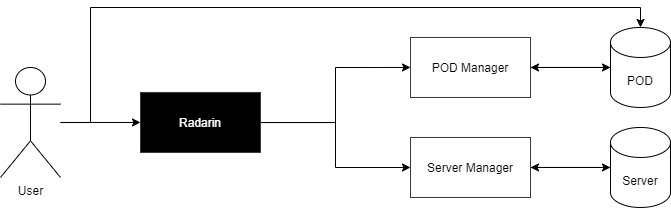
The draw.io diagram webapp/docs/images/ASW-A5L1.png in Arquisoft/radarin_es6b, before a commit. Source tidied: cells renumbered, new cells last; positions are measured from the earlier drawing's top-left corner, leaving out a move shared by most shapes.
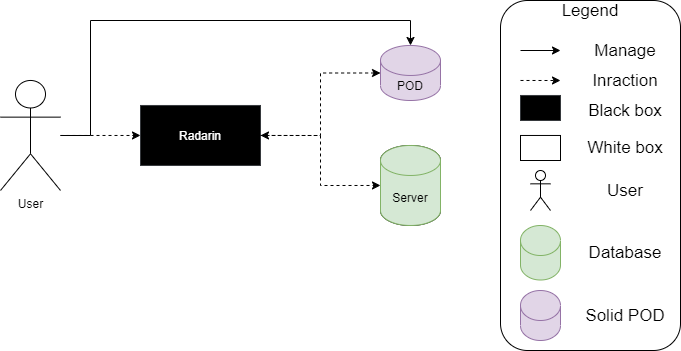
The same diagram one commit later.

Change to the diagram source:
```diff
@@ -2,7 +2,10 @@
   <root>
     <mxCell id="0" />
     <mxCell id="1" parent="0" />
+    <mxCell id="16" style="shape=cylinder3;whiteSpace=wrap;html=1;boundedLbl=1;backgroundOutline=1;size=15;fontSize=17;" parent="1" vertex="1">
+      <mxGeometry x="380" y="125" width="60" height="80" as="geometry" />
+    </mxCell>
-    <mxCell id="2" style="edgeStyle=orthogonalEdgeStyle;rounded=0;jettySize=auto;html=1;" parent="1" edge="1" source="4" target="7">
+    <mxCell id="2" style="edgeStyle=orthogonalEdgeStyle;rounded=0;jettySize=auto;html=1;dashed=1;" parent="1" edge="1" source="4" target="7">
       <mxGeometry relative="1" as="geometry" />
     </mxCell>
     <mxCell id="3" style="edgeStyle=orthogonalEdgeStyle;rounded=0;jettySize=auto;html=1;entryX=0.5;entryY=0;entryDx=0;entryDy=0;entryPerimeter=0;" parent="1" edge="1" source="4" target="9">
@@ -10,47 +13,81 @@
         <Array as="points">
           <mxPoint x="90" y="115" />
           <mxPoint x="90" />
-          <mxPoint x="640" />
+          <mxPoint x="410" />
         </Array>
       </mxGeometry>
     </mxCell>
     <mxCell id="4" value="User" style="shape=umlActor;verticalLabelPosition=bottom;verticalAlign=top;html=1;outlineConnect=0;" parent="1" vertex="1">
       <mxGeometry y="60" width="60" height="110" as="geometry" />
     </mxCell>
-    <mxCell id="5" style="edgeStyle=orthogonalEdgeStyle;rounded=0;jettySize=auto;html=1;entryX=0;entryY=0.5;entryDx=0;entryDy=0;" parent="1" edge="1" source="7" target="13">
-      <mxGeometry relative="1" as="geometry" />
-    </mxCell>
-    <mxCell id="6" style="edgeStyle=orthogonalEdgeStyle;rounded=0;jettySize=auto;html=1;" parent="1" edge="1" source="7" target="15">
-      <mxGeometry relative="1" as="geometry" />
-    </mxCell>
     <mxCell id="7" value="Radarin" style="rounded=0;whiteSpace=wrap;html=1;strokeColor=#36393d;fillColor=#000000;fontColor=#FFFFFF;" parent="1" vertex="1">
       <mxGeometry x="140" y="85" width="120" height="60" as="geometry" />
     </mxCell>
-    <mxCell id="8" style="edgeStyle=orthogonalEdgeStyle;rounded=0;jettySize=auto;html=1;entryX=1;entryY=0.5;entryDx=0;entryDy=0;" parent="1" edge="1" source="9" target="13">
+    <mxCell id="8" style="edgeStyle=orthogonalEdgeStyle;rounded=0;jettySize=auto;html=1;entryX=1;entryY=0.5;entryDx=0;entryDy=0;startArrow=classic;startFill=1;dashed=1;" parent="1" edge="1" source="9" target="7">
       <mxGeometry relative="1" as="geometry" />
     </mxCell>
-    <mxCell id="9" value="POD" style="shape=cylinder3;whiteSpace=wrap;html=1;boundedLbl=1;backgroundOutline=1;size=15;" parent="1" vertex="1">
-      <mxGeometry x="610" y="20" width="60" height="80" as="geometry" />
+    <mxCell id="9" value="POD" style="shape=cylinder3;whiteSpace=wrap;html=1;boundedLbl=1;backgroundOutline=1;size=15;fillColor=#e1d5e7;strokeColor=#9673a6;" parent="1" vertex="1">
+      <mxGeometry x="380" y="25" width="60" height="55" as="geometry" />
     </mxCell>
-    <mxCell id="10" style="edgeStyle=orthogonalEdgeStyle;rounded=0;jettySize=auto;html=1;" parent="1" edge="1" source="11">
-      <mxGeometry relative="1" as="geometry">
-        <mxPoint x="530" y="160" as="targetPoint" />
-      </mxGeometry>
-    </mxCell>
-    <mxCell id="11" value="Server" style="shape=cylinder3;whiteSpace=wrap;html=1;boundedLbl=1;backgroundOutline=1;size=15;" parent="1" vertex="1">
-      <mxGeometry x="610" y="120" width="60" height="80" as="geometry" />
+    <mxCell id="11" value="Server" style="shape=cylinder3;whiteSpace=wrap;html=1;boundedLbl=1;backgroundOutline=1;size=15;fillColor=#d5e8d4;strokeColor=#82b366;" parent="1" vertex="1">
+      <mxGeometry x="380" y="125" width="60" height="80" as="geometry" />
     </mxCell>
-    <mxCell id="12" style="edgeStyle=orthogonalEdgeStyle;rounded=0;jettySize=auto;html=1;entryX=0;entryY=0.5;entryDx=0;entryDy=0;entryPerimeter=0;" parent="1" edge="1" source="13" target="9">
-      <mxGeometry relative="1" as="geometry" />
-    </mxCell>
-    <mxCell id="13" value="POD Manager" style="rounded=0;whiteSpace=wrap;html=1;strokeColor=#36393d;fillColor=#FFFFFF;" parent="1" vertex="1">
-      <mxGeometry x="410" y="30" width="120" height="60" as="geometry" />
-    </mxCell>
-    <mxCell id="14" style="edgeStyle=orthogonalEdgeStyle;rounded=0;jettySize=auto;html=1;entryX=0;entryY=0.5;entryDx=0;entryDy=0;entryPerimeter=0;" parent="1" edge="1" source="15" target="11">
+    <mxCell id="14" style="edgeStyle=orthogonalEdgeStyle;rounded=0;jettySize=auto;html=1;entryX=0;entryY=0.5;entryDx=0;entryDy=0;entryPerimeter=0;exitX=1;exitY=0.5;exitDx=0;exitDy=0;dashed=1;" parent="1" edge="1" source="7" target="11">
       <mxGeometry relative="1" as="geometry" />
     </mxCell>
-    <mxCell id="15" value="Server Manager" style="rounded=0;whiteSpace=wrap;html=1;strokeColor=#36393d;fillColor=#FFFFFF;" parent="1" vertex="1">
-      <mxGeometry x="410" y="130" width="120" height="60" as="geometry" />
-    </mxCell>
+    <mxCell id="17" style="rounded=1;whiteSpace=wrap;html=1;" parent="1" vertex="1">
+      <mxGeometry x="500" y="-20" width="180" height="350" as="geometry" />
+    </mxCell>
+    <mxCell id="18" style="endArrow=classic;html=1;rounded=0;edgeStyle=orthogonalEdgeStyle;" parent="1" edge="1">
+      <mxGeometry relative="1" as="geometry">
+        <mxPoint x="520" y="30" as="sourcePoint" />
+        <mxPoint x="560" y="30" as="targetPoint" />
+      </mxGeometry>
+    </mxCell>
+    <mxCell id="19" value="Legend" style="text;html=1;strokeColor=none;fillColor=none;align=center;verticalAlign=middle;whiteSpace=wrap;rounded=0;fontSize=17;" parent="1" vertex="1">
+      <mxGeometry x="570" y="-20" width="40" height="20" as="geometry" />
+    </mxCell>
+    <mxCell id="20" style="endArrow=classic;html=1;rounded=0;edgeStyle=orthogonalEdgeStyle;dashed=1;fontSize=17;" parent="1" edge="1">
+      <mxGeometry relative="1" as="geometry">
+        <mxPoint x="520" y="60" as="sourcePoint" />
+        <mxPoint x="560" y="60" as="targetPoint" />
+      </mxGeometry>
+    </mxCell>
+    <mxCell id="21" style="rounded=0;whiteSpace=wrap;html=1;fontSize=17;" parent="1" vertex="1">
+      <mxGeometry x="520" y="115" width="40" height="25" as="geometry" />
+    </mxCell>
+    <mxCell id="22" style="rounded=0;whiteSpace=wrap;html=1;strokeColor=#36393d;fillColor=#000000;fontColor=#FFFFFF;" parent="1" vertex="1">
+      <mxGeometry x="520" y="75" width="40" height="25" as="geometry" />
+    </mxCell>
+    <mxCell id="23" style="shape=umlActor;verticalLabelPosition=bottom;verticalAlign=top;html=1;fontSize=17;" parent="1" vertex="1">
+      <mxGeometry x="530" y="150" width="20" height="40" as="geometry" />
+    </mxCell>
+    <mxCell id="24" style="shape=cylinder3;whiteSpace=wrap;html=1;boundedLbl=1;backgroundOutline=1;size=15;fillColor=#d5e8d4;strokeColor=#82b366;" parent="1" vertex="1">
+      <mxGeometry x="520" y="205" width="40" height="54.5" as="geometry" />
+    </mxCell>
+    <mxCell id="25" style="shape=cylinder3;whiteSpace=wrap;html=1;boundedLbl=1;backgroundOutline=1;size=15;fillColor=#e1d5e7;strokeColor=#9673a6;" parent="1" vertex="1">
+      <mxGeometry x="520" y="270" width="40" height="50" as="geometry" />
+    </mxCell>
+    <mxCell id="26" value="Solid POD" style="text;html=1;strokeColor=none;fillColor=none;align=center;verticalAlign=middle;whiteSpace=wrap;rounded=0;fontSize=17;" parent="1" vertex="1">
+      <mxGeometry x="580" y="285" width="90" height="20" as="geometry" />
+    </mxCell>
+    <mxCell id="27" value="Database" style="text;html=1;strokeColor=none;fillColor=none;align=center;verticalAlign=middle;whiteSpace=wrap;rounded=0;fontSize=17;" parent="1" vertex="1">
+      <mxGeometry x="580" y="222.2" width="90" height="20" as="geometry" />
+    </mxCell>
+    <mxCell id="28" value="User" style="text;html=1;strokeColor=none;fillColor=none;align=center;verticalAlign=middle;whiteSpace=wrap;rounded=0;fontSize=17;" parent="1" vertex="1">
+      <mxGeometry x="580" y="160" width="90" height="20" as="geometry" />
+    </mxCell>
+    <mxCell id="29" value="White box" style="text;html=1;strokeColor=none;fillColor=none;align=center;verticalAlign=middle;whiteSpace=wrap;rounded=0;fontSize=17;" parent="1" vertex="1">
+      <mxGeometry x="580" y="117.5" width="90" height="20" as="geometry" />
+    </mxCell>
+    <mxCell id="30" value="Black box" style="text;html=1;strokeColor=none;fillColor=none;align=center;verticalAlign=middle;whiteSpace=wrap;rounded=0;fontSize=17;" parent="1" vertex="1">
+      <mxGeometry x="580" y="80" width="90" height="20" as="geometry" />
+    </mxCell>
+    <mxCell id="31" value="Inraction" style="text;html=1;strokeColor=none;fillColor=none;align=center;verticalAlign=middle;whiteSpace=wrap;rounded=0;fontSize=17;" parent="1" vertex="1">
+      <mxGeometry x="580" y="50" width="90" height="20" as="geometry" />
+    </mxCell>
+    <mxCell id="32" value="Manage" style="text;html=1;strokeColor=none;fillColor=none;align=center;verticalAlign=middle;whiteSpace=wrap;rounded=0;fontSize=17;" parent="1" vertex="1">
+      <mxGeometry x="580" y="20" width="90" height="20" as="geometry" />
+    </mxCell>
   </root>
 </mxGraphModel>
```
